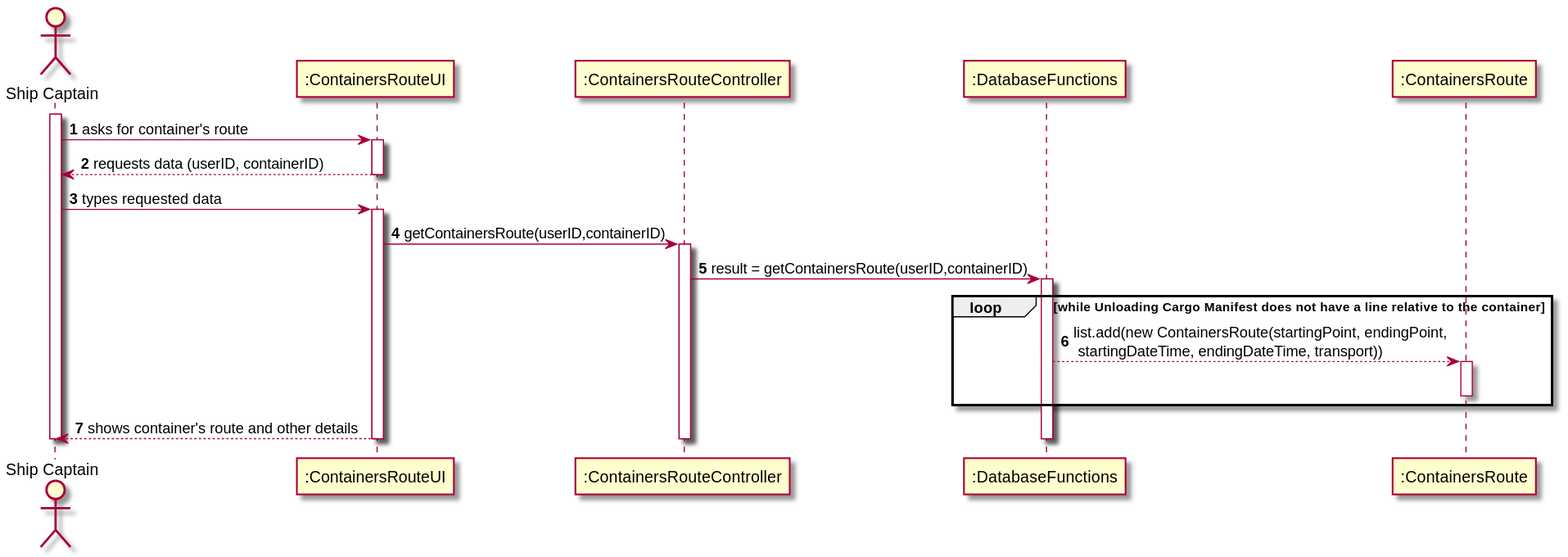
Earlier version of the PlantUML export docs/Sprint 3/US/US305/US305_SD.svg (1190772/LAB-Project-3).
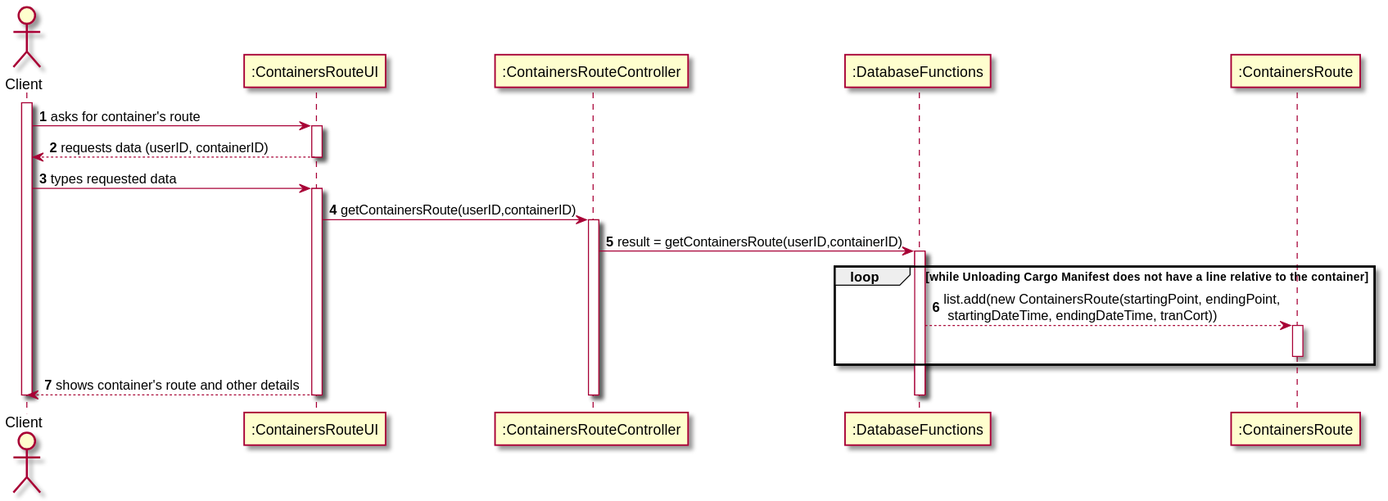
After the change.

What changed in the source:
```diff
@@ -2,21 +2,21 @@
 
 autonumber
 
-actor "Ship Captain" as SP
+actor "Client" as C
 
 participant ":ContainersRouteUI" as UI
 participant ":ContainersRouteController" as CTRL
 participant ":DatabaseFunctions" as DBF
 participant ":ContainersRoute" as CR
 
-activate SP
-SP -> UI : asks for container's route
+activate C
+C -> UI : asks for container's route
 
 activate UI
-UI --> SP : requests data (userID, containerID)
+UI --> C : requests data (userID, containerID)
 deactivate UI
 
-SP -> UI : types requested data
+C -> UI : types requested data
 activate UI
 
 
@@ -30,16 +30,16 @@
 
 loop while Unloading Cargo Manifest does not have a line relative to the container
 
-    DBF --> CR : list.add(new ContainersRoute(startingPoint, endingPoint,\n startingDateTime, endingDateTime, transport))
+    DBF --> CR : list.add(new ContainersRoute(startingPoint, endingPoint,\n startingDateTime, endingDateTime, tranCort))
     activate CR
     deactivate CR
 end
 
-"UI" --> SP : shows container's route and other details
+"UI" --> C : shows container's route and other details
 
 deactivate DBF
 deactivate CTRL
 deactivate UI
-deactivate SP
+deactivate C
 
 @enduml
```
